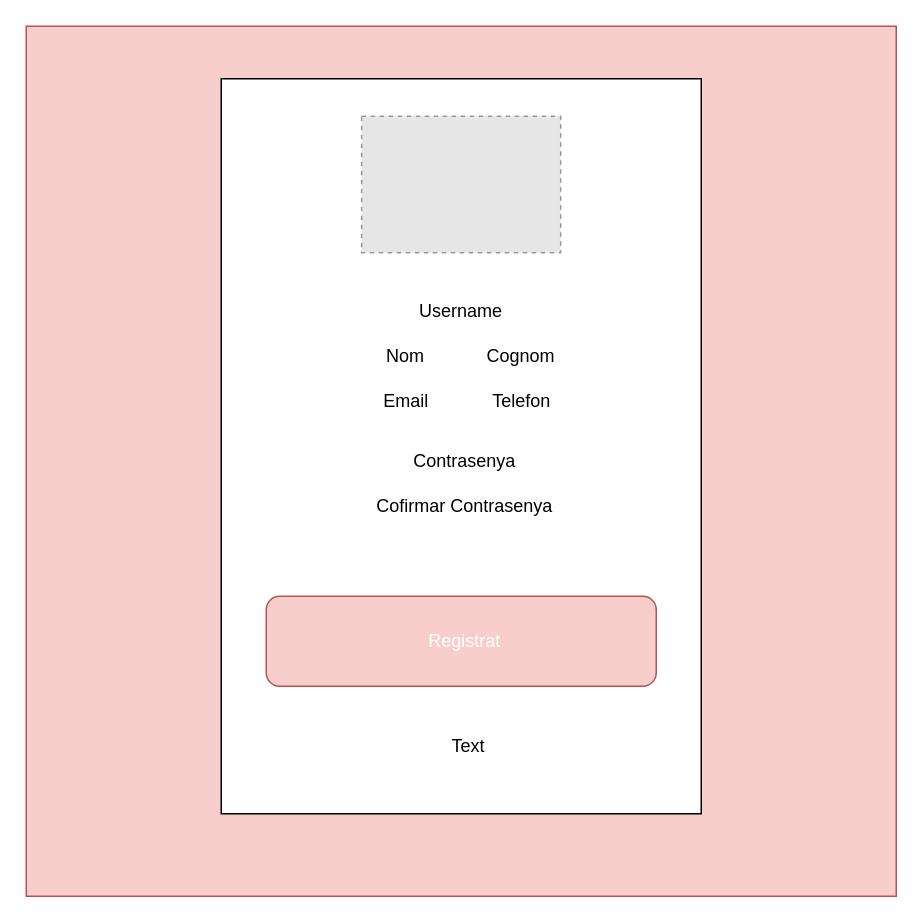
The draw.io diagram fitxers/wireframes/Wiframes-registre.drawio in juanjogomezvillegas/Projecte3-GCNConsellComarcal, before the edit. Source tidied: cells renumbered, new cells numbered last; positions are measured from the earlier drawing's top-left corner, leaving out a move shared by most shapes. Both pictures are drawn from the tidied source at 150%, with x=0, y=0 at pixel (26, 26). Pictures stored in the file or linked from it are replaced by grey dashed boxes.
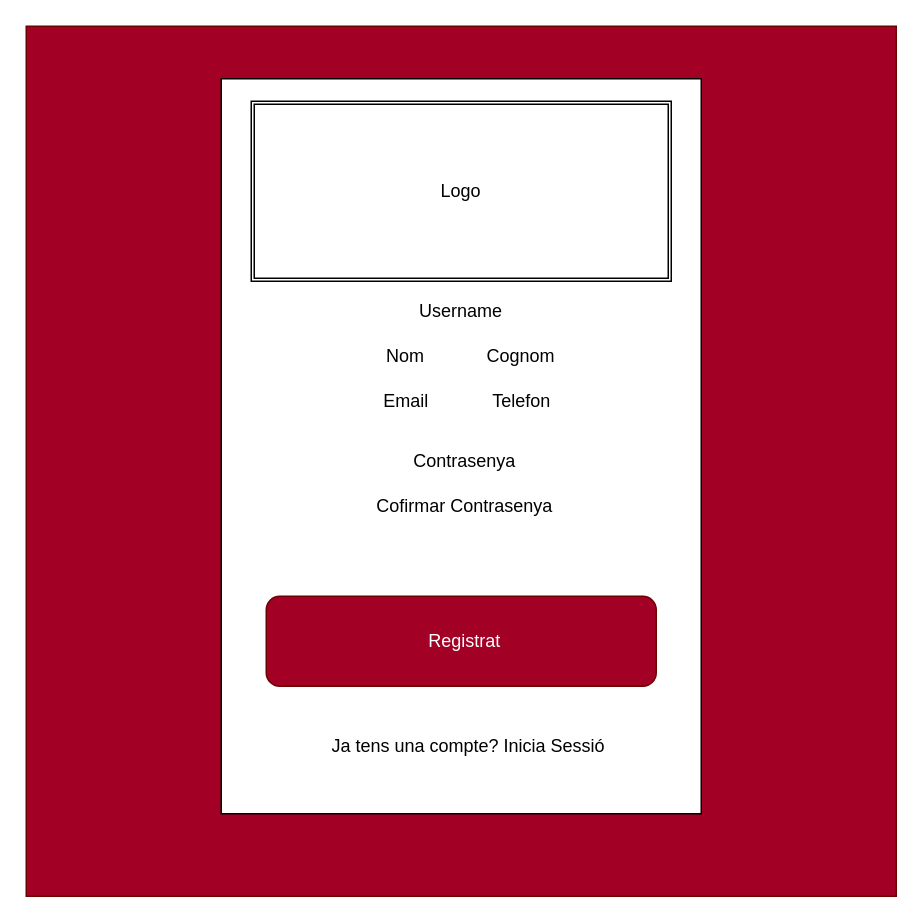
The same page after the edit.

What changed in the source:
```diff
@@
 <mxGraphModel>
   <root>
     <mxCell id="0" />
     <mxCell id="1" parent="0" />
-    <mxCell id="2" style="whiteSpace=wrap;html=1;fillColor=#f8cecc;strokeColor=#b85450;" parent="1" vertex="1">
+    <mxCell id="2" style="whiteSpace=wrap;html=1;fillColor=#a20025;strokeColor=#6F0000;fontColor=#ffffff;" parent="1" vertex="1">
       <mxGeometry width="580" height="580" as="geometry" />
     </mxCell>
     <mxCell id="3" style="rounded=0;whiteSpace=wrap;html=1;rotation=-90;" parent="1" vertex="1">
       <mxGeometry x="45" y="120" width="490" height="320" as="geometry" />
     </mxCell>
-    <mxCell id="4" style="fillColor=#E6E6E6;strokeColor=#999999;dashed=1;verticalLabelPosition=bottom;labelBackgroundColor=#ffffff;verticalAlign=top;" parent="1" vertex="1">
-      <mxGeometry x="223.6" y="60" width="132.7" height="91" as="geometry" />
-    </mxCell>
     <mxCell id="5" value="Username" style="text;html=1;strokeColor=none;fillColor=none;align=center;verticalAlign=middle;whiteSpace=wrap;rounded=0;" parent="1" vertex="1">
       <mxGeometry x="210" y="180" width="160" height="20" as="geometry" />
     </mxCell>
     <mxCell id="6" value="Nom" style="text;html=1;strokeColor=none;fillColor=none;align=center;verticalAlign=middle;whiteSpace=wrap;rounded=0;" parent="1" vertex="1">
       <mxGeometry x="210" y="210" width="86.4" height="20" as="geometry" />
     </mxCell>
     <mxCell id="7" value="Cognom" style="text;html=1;strokeColor=none;fillColor=none;align=center;verticalAlign=middle;whiteSpace=wrap;rounded=0;" parent="1" vertex="1">
       <mxGeometry x="286.8" y="210" width="86.4" height="20" as="geometry" />
     </mxCell>
     <mxCell id="8" value="Email" style="text;html=1;strokeColor=none;fillColor=none;align=center;verticalAlign=middle;whiteSpace=wrap;rounded=0;" parent="1" vertex="1">
       <mxGeometry x="214.8" y="240" width="76.8" height="20" as="geometry" />
     </mxCell>
     <mxCell id="9" value="Telefon" style="text;html=1;strokeColor=none;fillColor=none;align=center;verticalAlign=middle;whiteSpace=wrap;rounded=0;" parent="1" vertex="1">
       <mxGeometry x="291.6" y="240" width="76.8" height="20" as="geometry" />
     </mxCell>
     <mxCell id="10" value="Contrasenya" style="text;html=1;strokeColor=none;fillColor=none;align=center;verticalAlign=middle;whiteSpace=wrap;rounded=0;" parent="1" vertex="1">
       <mxGeometry x="223.6" y="280" width="137" height="20" as="geometry" />
     </mxCell>
     <mxCell id="11" value="Cofirmar Contrasenya" style="text;html=1;strokeColor=none;fillColor=none;align=center;verticalAlign=middle;whiteSpace=wrap;rounded=0;" parent="1" vertex="1">
       <mxGeometry x="223.6" y="310" width="137" height="20" as="geometry" />
     </mxCell>
-    <mxCell id="12" style="rounded=1;whiteSpace=wrap;html=1;fillColor=#f8cecc;strokeColor=#b85450;" parent="1" vertex="1">
+    <mxCell id="12" style="rounded=1;whiteSpace=wrap;html=1;fillColor=#a20025;strokeColor=#6F0000;fontColor=#ffffff;" parent="1" vertex="1">
       <mxGeometry x="160" y="380" width="260" height="60" as="geometry" />
     </mxCell>
     <mxCell id="13" value="&lt;font color=&quot;#ffffff&quot;&gt;Registrat&lt;/font&gt;" style="text;html=1;strokeColor=none;fillColor=none;align=center;verticalAlign=middle;whiteSpace=wrap;rounded=0;" parent="1" vertex="1">
       <mxGeometry x="210" y="400" width="165.2" height="20" as="geometry" />
     </mxCell>
-    <mxCell id="14" value="Text" style="text;html=1;strokeColor=none;fillColor=none;align=center;verticalAlign=middle;whiteSpace=wrap;rounded=0;" parent="1" vertex="1">
+    <mxCell id="14" value="Ja tens una compte? Inicia Sessió" style="text;html=1;strokeColor=none;fillColor=none;align=center;verticalAlign=middle;whiteSpace=wrap;rounded=0;" parent="1" vertex="1">
       <mxGeometry x="160" y="470" width="270" height="20" as="geometry" />
     </mxCell>
+    <mxCell id="15" value="Logo" style="shape=ext;double=1;rounded=0;whiteSpace=wrap;html=1;" parent="1" vertex="1">
+      <mxGeometry x="150" y="50" width="280" height="120" as="geometry" />
+    </mxCell>
   </root>
 </mxGraphModel>
```
